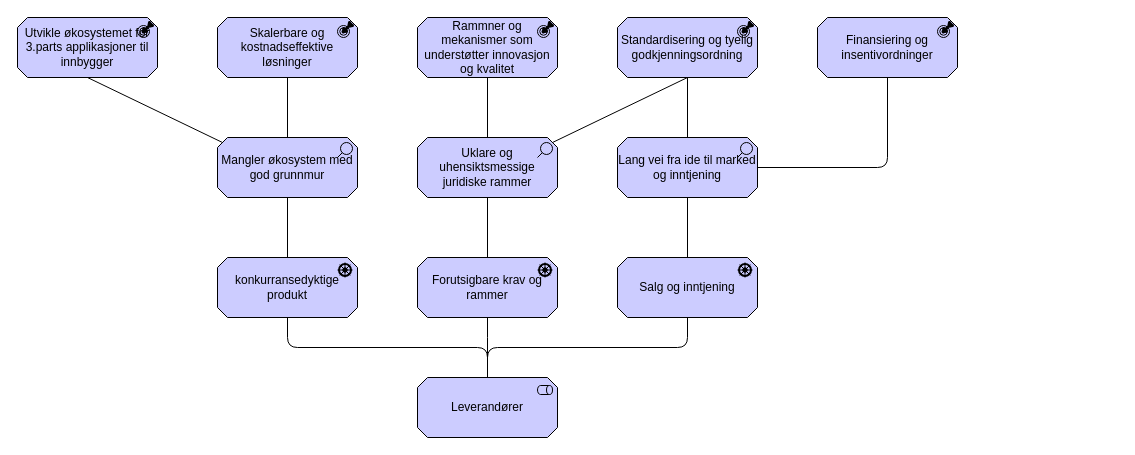
This is page "markedet-concern" (6 of 10) of docs/interessent/motivasjon-interessent.drawio from hdir/Digital-Forstelinje, a draw.io file, before an edit. Source tidied: cells renumbered, new cells numbered last; positions are measured from the earlier drawing's top-left corner, leaving out a move shared by most shapes. Both pictures are drawn from the tidied source at 100%, with x=0, y=0 at pixel (17, 17).
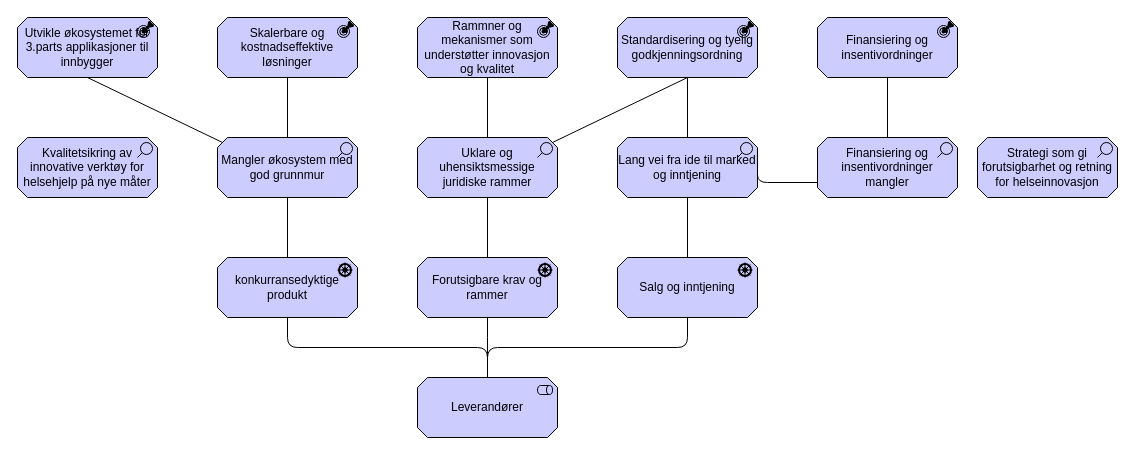
The same page after the edit.

Unchanged cells that the change refers to:
```xml
<mxCell id="3" value="Lang vei fra ide til marked og inntjening" style="html=1;outlineConnect=0;whiteSpace=wrap;fillColor=#CCCCFF;shape=mxgraph.archimate3.application;appType=assess;archiType=oct;" parent="1" vertex="1">
  <mxGeometry x="600" y="120" width="140" height="60" as="geometry" />
</mxCell>
<mxCell id="12" value="Finansiering og insentivordninger" style="html=1;outlineConnect=0;whiteSpace=wrap;fillColor=#CCCCFF;shape=mxgraph.archimate3.application;appType=outcome;archiType=oct;" parent="1" vertex="1">
  <mxGeometry x="800" width="140" height="60" as="geometry" />
</mxCell>
```

What changed in the source:
```diff
@@
-    <mxCell id="19" style="edgeStyle=elbowEdgeStyle;html=1;endArrow=none;elbow=vertical;exitX=0.5;exitY=1;exitDx=0;exitDy=0;exitPerimeter=0;entryX=1;entryY=0.5;entryDx=0;entryDy=0;entryPerimeter=0;" parent="1" edge="1" source="12" target="3">
-      <mxGeometry relative="1" as="geometry">
-        <Array as="points">
-          <mxPoint x="810" y="150" />
-        </Array>
-      </mxGeometry>
+    <mxCell id="19" style="edgeStyle=elbowEdgeStyle;html=1;endArrow=none;elbow=vertical;exitX=0.5;exitY=1;exitDx=0;exitDy=0;exitPerimeter=0;entryX=1;entryY=0.5;entryDx=0;entryDy=0;entryPerimeter=0;" parent="1" edge="1" source="28" target="3">
+      <mxGeometry relative="1" as="geometry" />
     </mxCell>
@@
+    <mxCell id="26" value="Kvalitetsikring av innovative verktøy for helsehjelp på nye måter" style="html=1;whiteSpace=wrap;fillColor=#CCCCFF;shape=mxgraph.archimate3.application;appType=assess;archiType=oct;" parent="1" vertex="1">
+      <mxGeometry y="120" width="140" height="60" as="geometry" />
+    </mxCell>
+    <mxCell id="27" style="edgeStyle=elbowEdgeStyle;html=1;endArrow=none;elbow=vertical;exitX=0.5;exitY=1;exitDx=0;exitDy=0;exitPerimeter=0;entryX=1;entryY=0.5;entryDx=0;entryDy=0;entryPerimeter=0;" parent="1" edge="1" source="12" target="28">
+      <mxGeometry relative="1" as="geometry">
+        <Array as="points">
+          <mxPoint x="810" y="150" />
+        </Array>
+      </mxGeometry>
+    </mxCell>
+    <mxCell id="28" value="Finansiering og insentivordninger mangler" style="html=1;outlineConnect=0;whiteSpace=wrap;fillColor=#CCCCFF;shape=mxgraph.archimate3.application;appType=assess;archiType=oct;" parent="1" vertex="1">
+      <mxGeometry x="800" y="120" width="140" height="60" as="geometry" />
+    </mxCell>
+    <mxCell id="29" value="Strategi som gi forutsigbarhet og retning for helseinnovasjon" style="html=1;whiteSpace=wrap;fillColor=#CCCCFF;shape=mxgraph.archimate3.application;appType=assess;archiType=oct;" parent="1" vertex="1">
+      <mxGeometry x="960" y="120" width="140" height="60" as="geometry" />
+    </mxCell>
```
